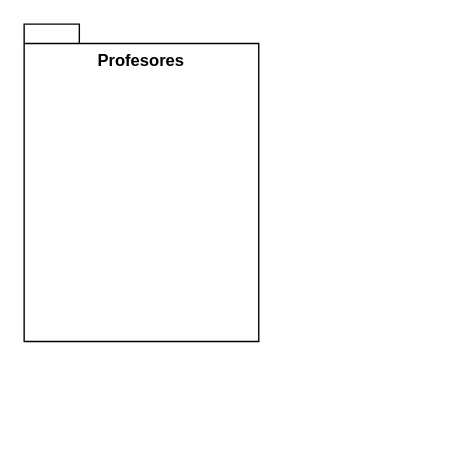
This is Actividad 3/Ejercicio5_4_4_p231/Ejercicio5_4_4_p231.drawio from luisdico313/poo, a draw.io file, before an edit. Source tidied: cells renumbered, new cells numbered last; positions are measured from the earlier drawing's top-left corner, leaving out a move shared by most shapes. Both pictures are drawn from the tidied source at 138%, with x=0, y=0 at pixel (23, 23).
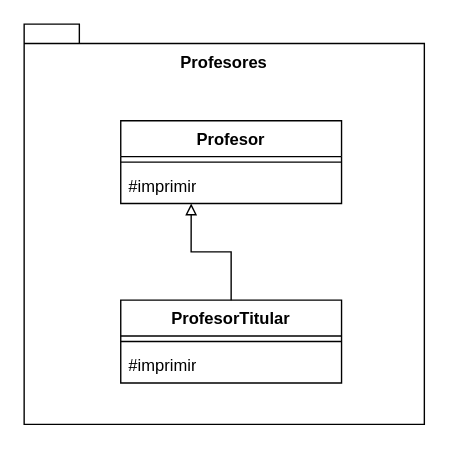
The same diagram, later.

Change to the diagram source:
```diff
@@
 <mxGraphModel>
   <root>
     <mxCell id="0" />
     <mxCell id="1" parent="0" />
-    <mxCell id="2" value="Profesores&lt;div&gt;&lt;br&gt;&lt;/div&gt;&lt;div&gt;&lt;br&gt;&lt;/div&gt;&lt;div&gt;&lt;br&gt;&lt;/div&gt;&lt;div&gt;&lt;br&gt;&lt;/div&gt;&lt;div&gt;&lt;br&gt;&lt;/div&gt;&lt;div&gt;&lt;br&gt;&lt;/div&gt;&lt;div&gt;&lt;br&gt;&lt;/div&gt;&lt;div&gt;&lt;br&gt;&lt;/div&gt;&lt;div&gt;&lt;br&gt;&lt;/div&gt;&lt;div&gt;&lt;br&gt;&lt;/div&gt;&lt;div&gt;&lt;br&gt;&lt;/div&gt;&lt;div&gt;&lt;br&gt;&lt;/div&gt;&lt;div&gt;&lt;br&gt;&lt;/div&gt;" style="shape=folder;fontStyle=1;spacingTop=10;tabWidth=40;tabHeight=14;tabPosition=left;html=1;whiteSpace=wrap;" parent="1" vertex="1">
-      <mxGeometry width="170" height="230" as="geometry" />
+    <mxCell id="2" value="Profesores&lt;div&gt;&lt;br&gt;&lt;/div&gt;&lt;div&gt;&lt;br&gt;&lt;/div&gt;&lt;div&gt;&lt;br&gt;&lt;/div&gt;&lt;div&gt;&lt;br&gt;&lt;/div&gt;&lt;div&gt;&lt;br&gt;&lt;/div&gt;&lt;div&gt;&lt;br&gt;&lt;/div&gt;&lt;div&gt;&lt;br&gt;&lt;/div&gt;&lt;div&gt;&lt;br&gt;&lt;/div&gt;&lt;div&gt;&lt;br&gt;&lt;/div&gt;&lt;div&gt;&lt;br&gt;&lt;/div&gt;&lt;div&gt;&lt;br&gt;&lt;/div&gt;&lt;div&gt;&lt;br&gt;&lt;/div&gt;&lt;div&gt;&lt;br&gt;&lt;/div&gt;&lt;div&gt;&lt;br&gt;&lt;/div&gt;&lt;div&gt;&lt;br&gt;&lt;/div&gt;&lt;div&gt;&lt;br&gt;&lt;/div&gt;&lt;div&gt;&lt;br&gt;&lt;/div&gt;" style="shape=folder;fontStyle=1;spacingTop=10;tabWidth=40;tabHeight=14;tabPosition=left;html=1;whiteSpace=wrap;" parent="1" vertex="1">
+      <mxGeometry width="290" height="290" as="geometry" />
     </mxCell>
+    <mxCell id="3" value="ProfesorTitular" style="swimlane;fontStyle=1;align=center;verticalAlign=top;horizontal=1;startSize=26;whiteSpace=wrap;html=1;" parent="1" vertex="1">
+      <mxGeometry x="70" y="200" width="160" height="60" as="geometry" />
+    </mxCell>
+    <mxCell id="4" style="line;strokeWidth=1;fillColor=none;align=left;verticalAlign=middle;spacingTop=-1;spacingLeft=3;spacingRight=3;labelPosition=right;strokeColor=inherit;" parent="3" vertex="1">
+      <mxGeometry y="26" width="160" height="8" as="geometry" />
+    </mxCell>
+    <mxCell id="5" value="#imprimir" style="text;strokeColor=none;fillColor=none;align=left;verticalAlign=top;spacingLeft=4;spacingRight=4;overflow=hidden;whiteSpace=wrap;html=1;" parent="3" vertex="1">
+      <mxGeometry y="34" width="160" height="26" as="geometry" />
+    </mxCell>
+    <mxCell id="6" value="Profesor" style="swimlane;fontStyle=1;align=center;verticalAlign=top;horizontal=1;startSize=26;whiteSpace=wrap;html=1;" parent="1" vertex="1">
+      <mxGeometry x="70" y="70" width="160" height="60" as="geometry" />
+    </mxCell>
+    <mxCell id="7" style="line;strokeWidth=1;fillColor=none;align=left;verticalAlign=middle;spacingTop=-1;spacingLeft=3;spacingRight=3;labelPosition=right;strokeColor=inherit;" parent="6" vertex="1">
+      <mxGeometry y="26" width="160" height="8" as="geometry" />
+    </mxCell>
+    <mxCell id="8" value="#imprimir" style="text;strokeColor=none;fillColor=none;align=left;verticalAlign=top;spacingLeft=4;spacingRight=4;overflow=hidden;points=[[0,0.5],[1,0.5]];portConstraint=eastwest;whiteSpace=wrap;html=1;" parent="6" vertex="1">
+      <mxGeometry y="34" width="160" height="26" as="geometry" />
+    </mxCell>
+    <mxCell id="9" style="edgeStyle=orthogonalEdgeStyle;rounded=0;jettySize=auto;html=1;entryX=0.319;entryY=1;entryDx=0;entryDy=0;entryPerimeter=0;endArrow=block;endFill=0;" parent="1" edge="1" source="3" target="8">
+      <mxGeometry relative="1" as="geometry" />
+    </mxCell>
   </root>
 </mxGraphModel>
```
